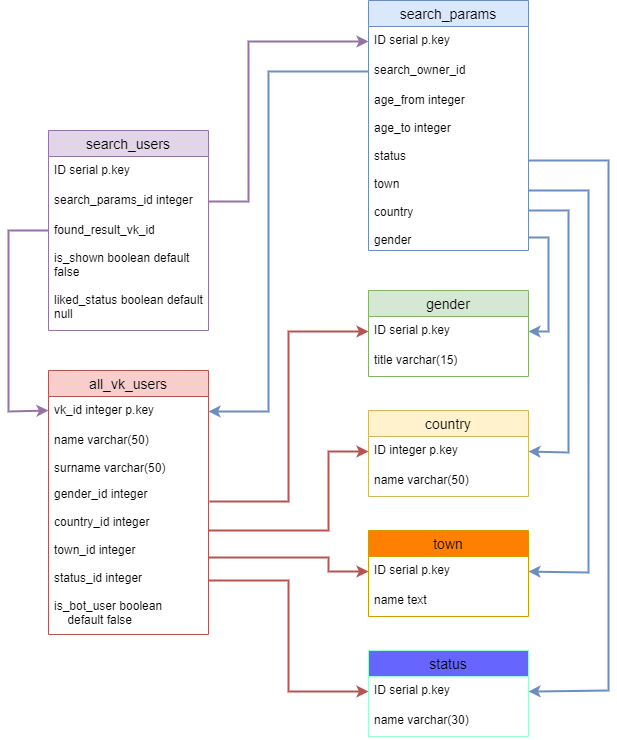
Before: diploms_db.png, a diagram exported from draw.io (SaD-Pr0gEr/Vk-bot-acquaintance). Source tidied: cells renumbered, new cells last; positions are measured from the earlier drawing's top-left corner, leaving out a move shared by most shapes.
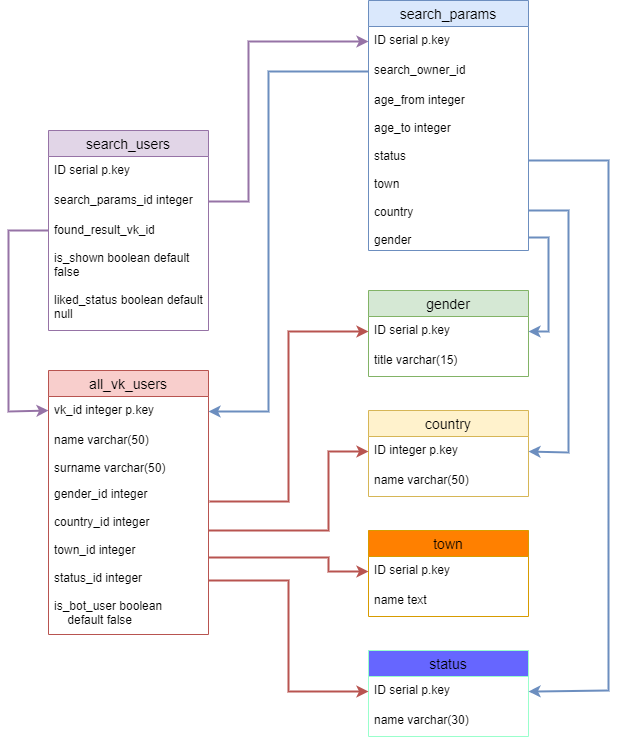
Above is the later version.

What changed in the source:
```diff
@@ -117,15 +117,6 @@
         </Array>
       </mxGeometry>
     </mxCell>
-    <mxCell id="31" style="edgeStyle=orthogonalEdgeStyle;rounded=0;jettySize=auto;html=1;entryX=1;entryY=0.5;entryDx=0;entryDy=0;strokeColor=#6c8ebf;strokeWidth=2;fillColor=#dae8fc;" parent="1" edge="1" source="9" target="21">
-      <mxGeometry relative="1" as="geometry">
-        <Array as="points">
-          <mxPoint x="580" y="190" />
-          <mxPoint x="580" y="572" />
-          <mxPoint x="520" y="572" />
-        </Array>
-      </mxGeometry>
-    </mxCell>
     <mxCell id="32" style="edgeStyle=orthogonalEdgeStyle;rounded=0;jettySize=auto;html=1;entryX=1;entryY=0.5;entryDx=0;entryDy=0;strokeColor=#6c8ebf;strokeWidth=2;fillColor=#dae8fc;" parent="1" edge="1" source="9" target="11">
       <mxGeometry relative="1" as="geometry">
         <Array as="points">
```
